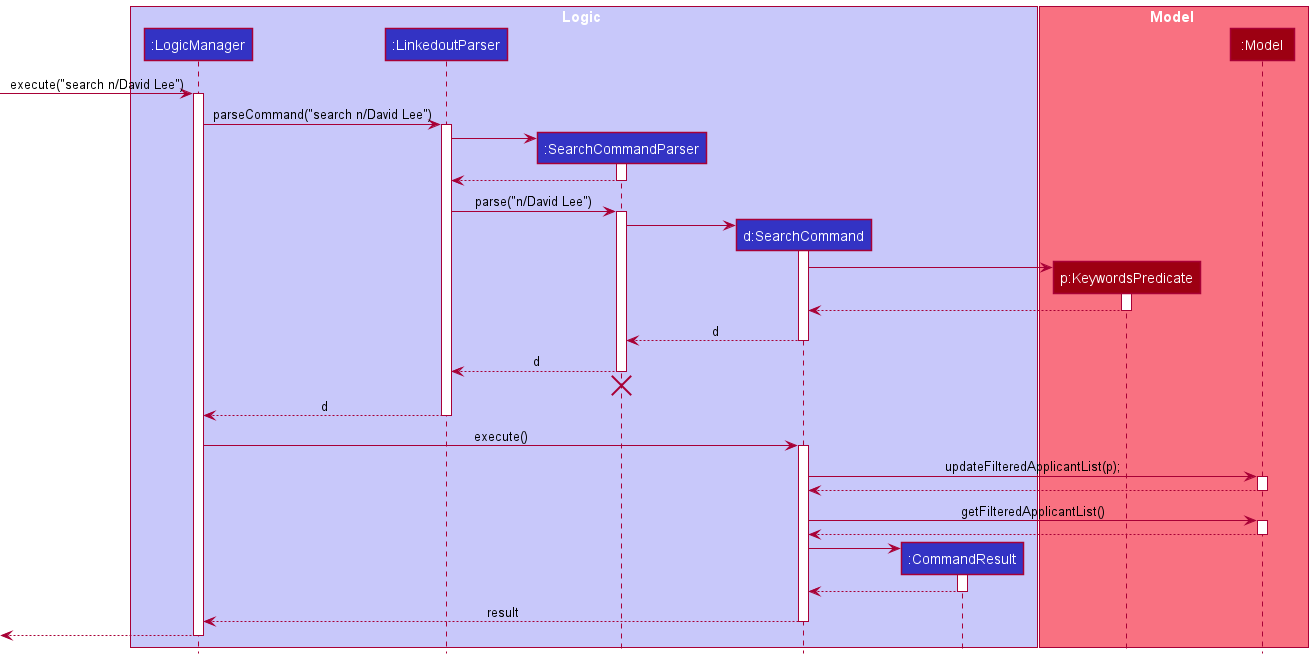
This is docs/images/SearchSequenceDiagram.png from zzhikai/tp, a PlantUML export, as it was before one commit.
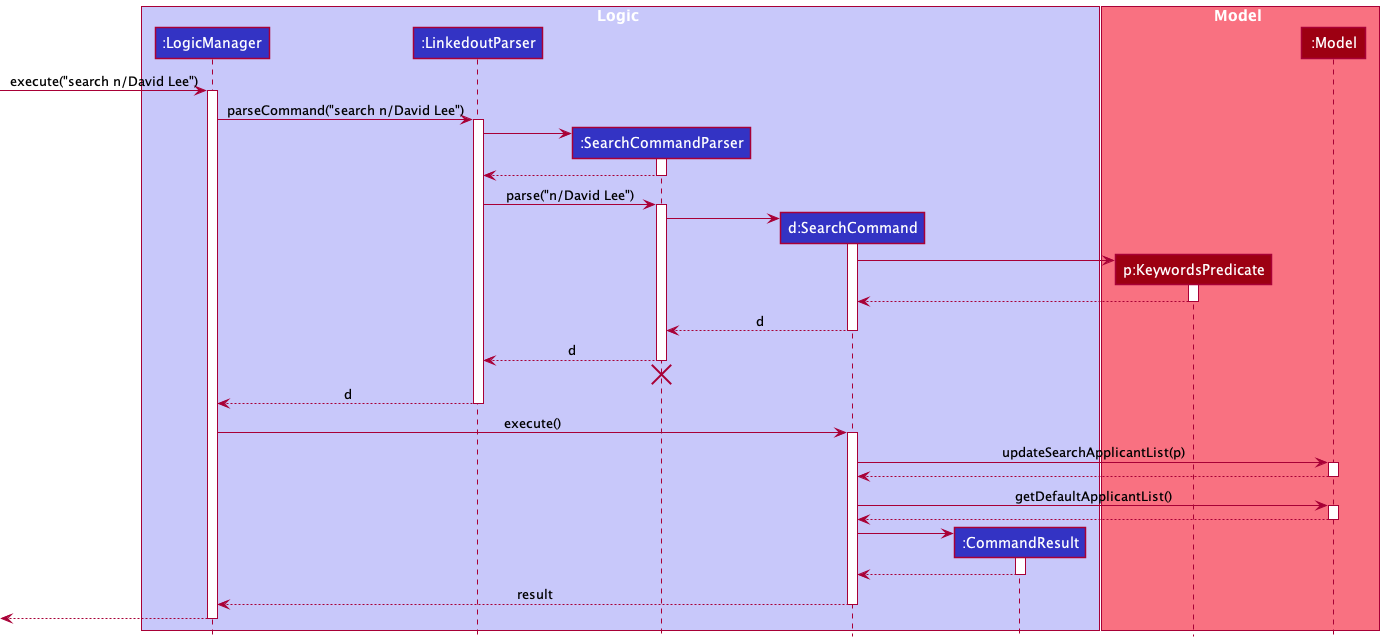
After the change.

Commit message:
update search command sequence diagram

Change to the diagram source:
```diff
@@ -55,13 +55,13 @@
 LogicManager -> SearchCommand : execute()
 activate SearchCommand
 
-SearchCommand -> Model : updateFilteredApplicantList(p);
+SearchCommand -> Model : updateSearchApplicantList(p)
 activate Model
 
 Model --> SearchCommand
 deactivate Model
 
-SearchCommand -> Model : getFilteredApplicantList()
+SearchCommand -> Model : getDefaultApplicantList()
 activate Model
 Model --> SearchCommand
 deactivate Model
```
